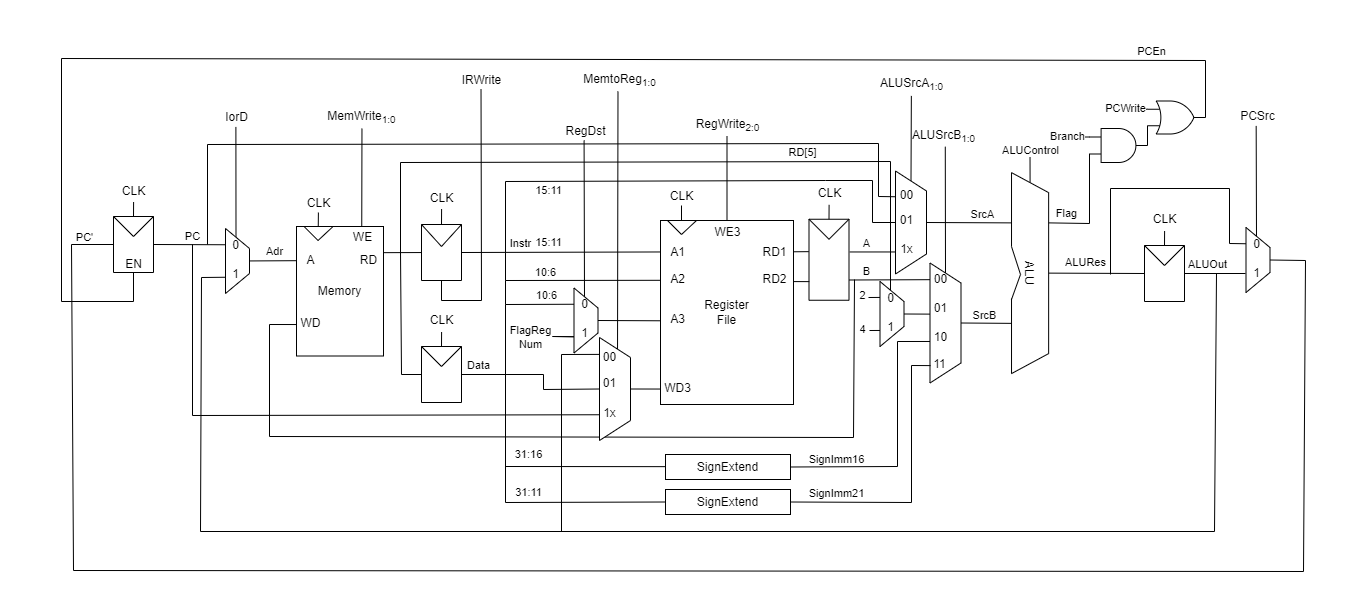
Earlier version of the draw.io export docs/rtl.drawio.png (kkinos/ktc32). Source tidied: cells renumbered, new cells last; positions are measured from the earlier drawing's top-left corner, leaving out a move shared by most shapes.
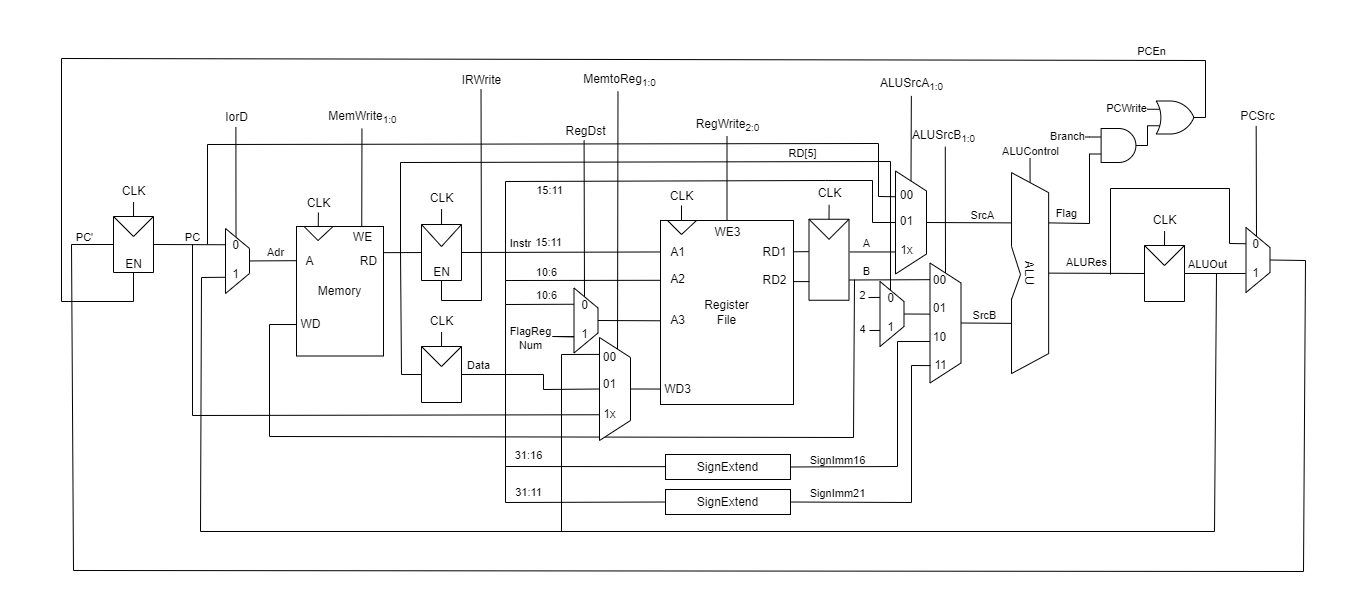
Above is the later version.

The edit, as a diff of the source:
```diff
@@ -719,5 +719,8 @@
     <mxCell id="162" value="EN" style="text;html=1;align=center;verticalAlign=middle;strokeColor=none;fillColor=none;" parent="1" vertex="1">
       <mxGeometry x="119" y="254.1" width="28" height="19" as="geometry" />
     </mxCell>
+    <mxCell id="163" value="EN" style="text;html=1;align=center;verticalAlign=middle;strokeColor=none;fillColor=none;" parent="1" vertex="1">
+      <mxGeometry x="427" y="262.2" width="28" height="19" as="geometry" />
+    </mxCell>
   </root>
 </mxGraphModel>
```
